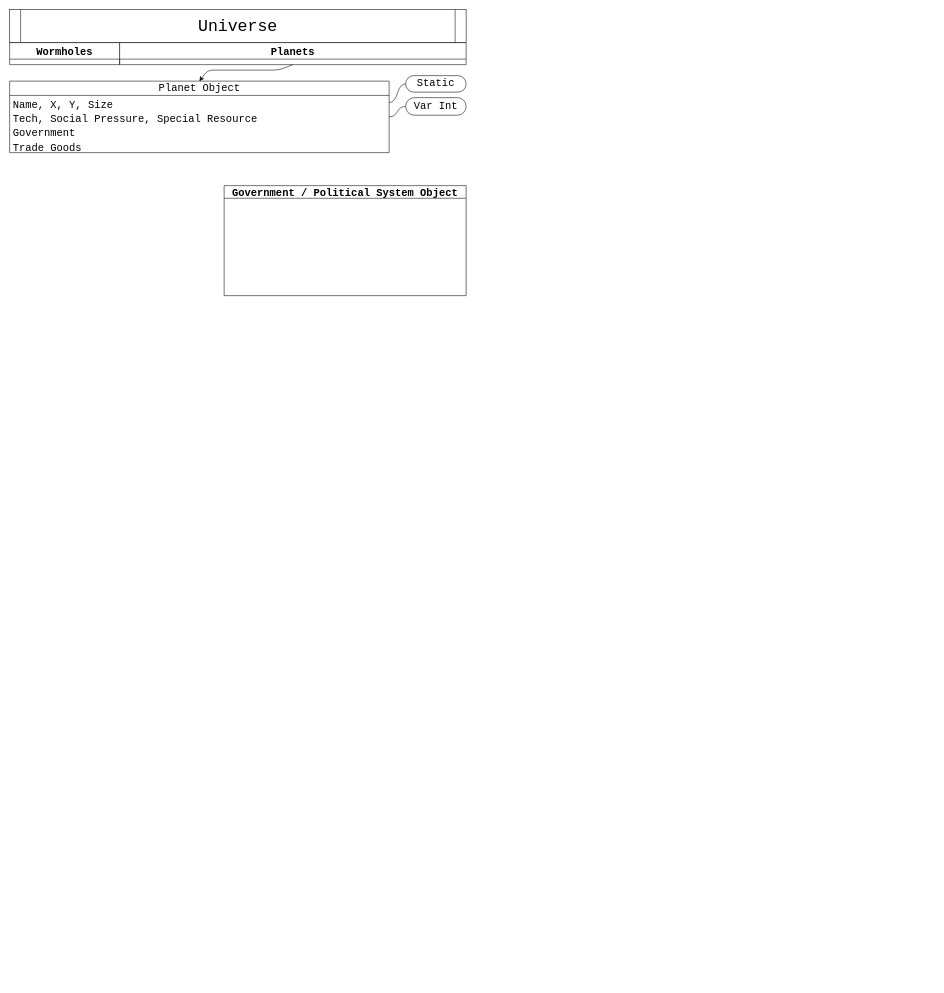
The draw.io diagram flow.drawio in MyriadColors/Space-Trader, before the edit. Source tidied: cells renumbered, new cells numbered last; positions are measured from the earlier drawing's top-left corner, leaving out a move shared by most shapes. Both pictures are drawn from the tidied source at 55%, with x=0, y=0 at pixel (9, 9).
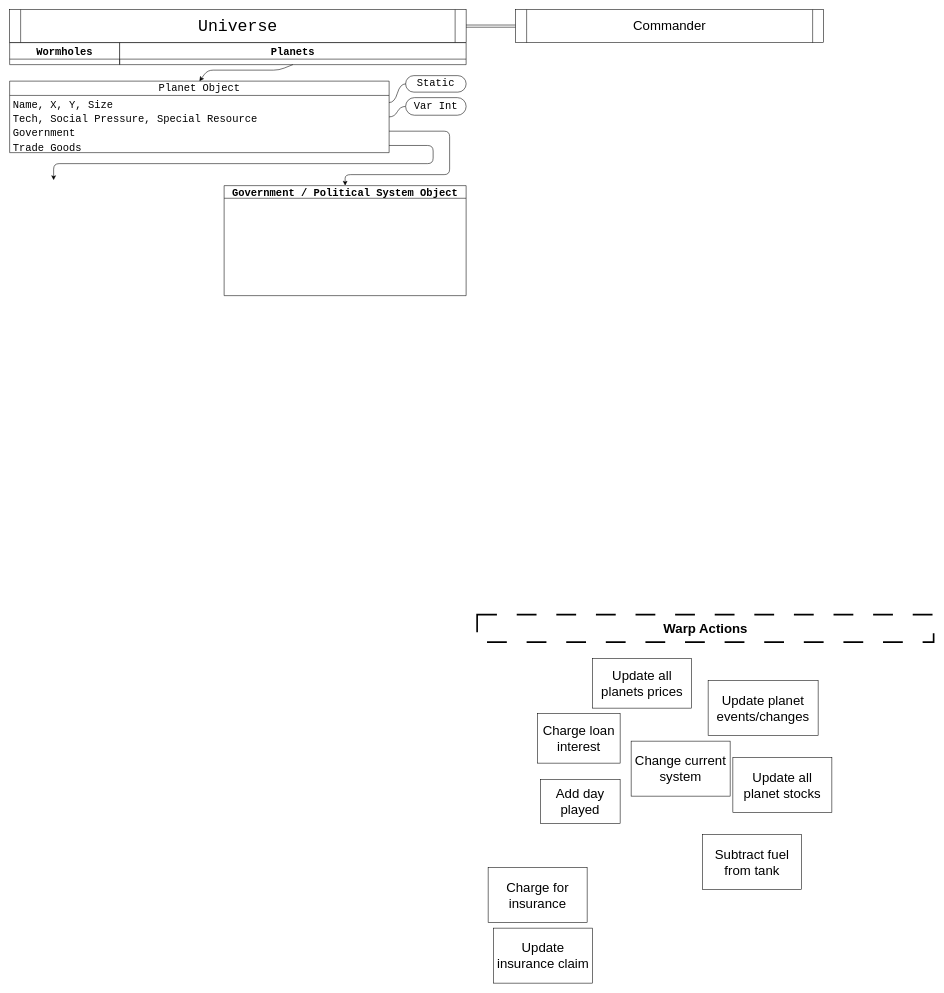
The same diagram, later.

Commit message:
Started cloud mapping tasks for warp function

Unchanged cells that the change refers to:
```xml
<mxCell id="9" value="Government" style="text;strokeColor=none;fillColor=none;align=left;verticalAlign=top;spacingLeft=4;spacingRight=4;overflow=hidden;points=[[0,0.5],[1,0.5]];portConstraint=eastwest;whiteSpace=wrap;html=1;fontFamily=Courier New;fontSize=19;" parent="6" vertex="1">
  <mxGeometry y="78" width="690" height="26" as="geometry" />
</mxCell>
<mxCell id="10" value="Trade Goods" style="text;strokeColor=none;fillColor=none;align=left;verticalAlign=top;spacingLeft=4;spacingRight=4;overflow=hidden;points=[[0,0.5],[1,0.5]];portConstraint=eastwest;whiteSpace=wrap;html=1;fontFamily=Courier New;fontSize=19;" parent="6" vertex="1">
  <mxGeometry y="104" width="690" height="26" as="geometry" />
</mxCell>
<mxCell id="15" value="Government / Political System Object" style="swimlane;fontFamily=Courier New;fontSize=19;" parent="1" vertex="1">
  <mxGeometry x="390" y="320" width="440" height="200" as="geometry" />
</mxCell>
```

Diff of the diagram source:
```diff
@@
+    <mxCell id="16" style="edgeStyle=none;html=1;shape=link;entryX=0;entryY=0.5;entryDx=0;entryDy=0;" parent="1" edge="1" target="17">
+      <mxGeometry relative="1" as="geometry">
+        <mxPoint x="820" y="30" as="sourcePoint" />
+      </mxGeometry>
+    </mxCell>
@@
+    <mxCell id="17" value="Commander" style="shape=process;whiteSpace=wrap;html=1;backgroundOutline=1;size=0.03571428571428571;fontSize=24;" parent="1" vertex="1">
+      <mxGeometry x="920" width="560" height="60" as="geometry" />
+    </mxCell>
+    <mxCell id="18" value="Warp Actions" style="text;strokeColor=default;fillColor=none;html=1;fontSize=24;fontStyle=1;verticalAlign=middle;align=center;dashed=1;dashPattern=12 12;strokeWidth=3;" parent="1" vertex="1">
+      <mxGeometry x="850" y="1100" width="830" height="50" as="geometry" />
+    </mxCell>
+    <mxCell id="19" value="Change current system" style="rounded=0;whiteSpace=wrap;html=1;fontSize=24;" parent="1" vertex="1">
+      <mxGeometry x="1130" y="1330" width="180" height="100" as="geometry" />
+    </mxCell>
+    <mxCell id="20" value="Update insurance claim" style="rounded=0;whiteSpace=wrap;html=1;fontSize=24;" parent="1" vertex="1">
+      <mxGeometry x="880" y="1670" width="180" height="100" as="geometry" />
+    </mxCell>
+    <mxCell id="21" value="Charge for insurance" style="rounded=0;whiteSpace=wrap;html=1;fontSize=24;" parent="1" vertex="1">
+      <mxGeometry x="870" y="1560" width="180" height="100" as="geometry" />
+    </mxCell>
+    <mxCell id="22" value="Subtract fuel from tank" style="rounded=0;whiteSpace=wrap;html=1;fontSize=24;" parent="1" vertex="1">
+      <mxGeometry x="1260" y="1500" width="180" height="100" as="geometry" />
+    </mxCell>
+    <mxCell id="23" value="Charge loan interest" style="rounded=0;whiteSpace=wrap;html=1;fontSize=24;" parent="1" vertex="1">
+      <mxGeometry x="960" y="1280" width="150" height="90" as="geometry" />
+    </mxCell>
+    <mxCell id="24" value="Add day played" style="rounded=0;whiteSpace=wrap;html=1;fontSize=24;" parent="1" vertex="1">
+      <mxGeometry x="965" y="1400" width="145" height="80" as="geometry" />
+    </mxCell>
+    <mxCell id="25" value="Update all planets prices" style="rounded=0;whiteSpace=wrap;html=1;fontSize=24;" parent="1" vertex="1">
+      <mxGeometry x="1060" y="1180" width="180" height="90" as="geometry" />
+    </mxCell>
+    <mxCell id="26" value="Update all planet stocks" style="rounded=0;whiteSpace=wrap;html=1;fontSize=24;" parent="1" vertex="1">
+      <mxGeometry x="1315" y="1360" width="180" height="100" as="geometry" />
+    </mxCell>
+    <mxCell id="27" value="Update planet events/changes" style="rounded=0;whiteSpace=wrap;html=1;fontSize=24;" parent="1" vertex="1">
+      <mxGeometry x="1270" y="1220" width="200" height="100" as="geometry" />
+    </mxCell>
+    <mxCell id="28" style="edgeStyle=none;html=1;exitX=1;exitY=0.5;exitDx=0;exitDy=0;entryX=0.5;entryY=0;entryDx=0;entryDy=0;fontSize=24;" parent="1" edge="1" source="9" target="15">
+      <mxGeometry relative="1" as="geometry">
+        <Array as="points">
+          <mxPoint x="800" y="221" />
+          <mxPoint x="800" y="300" />
+          <mxPoint x="610" y="300" />
+        </Array>
+      </mxGeometry>
+    </mxCell>
+    <mxCell id="29" style="edgeStyle=none;html=1;exitX=1;exitY=0.5;exitDx=0;exitDy=0;fontSize=24;" parent="1" edge="1" source="10">
+      <mxGeometry relative="1" as="geometry">
+        <mxPoint x="80" y="310" as="targetPoint" />
+        <Array as="points">
+          <mxPoint x="770" y="247" />
+          <mxPoint x="770" y="280" />
+          <mxPoint x="80" y="280" />
+        </Array>
+      </mxGeometry>
+    </mxCell>
```
